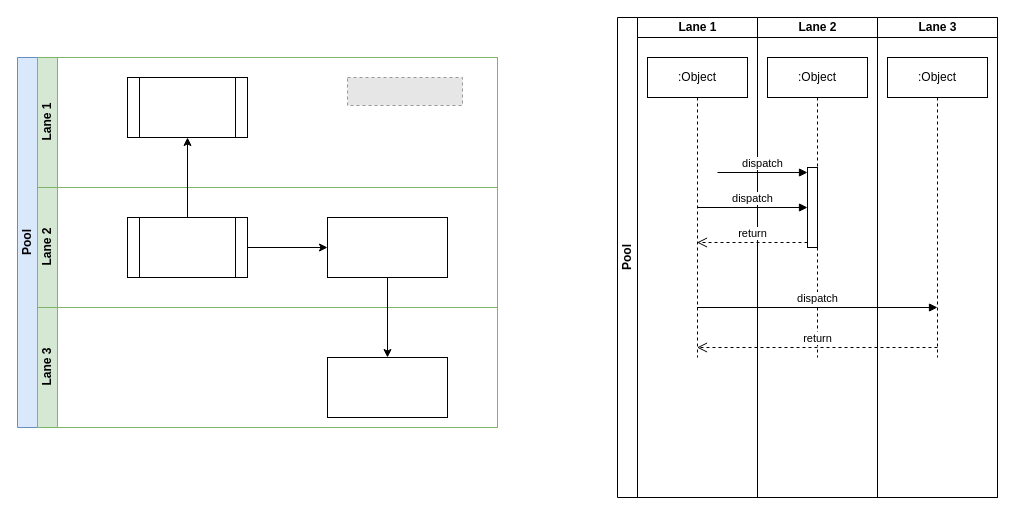
The draw.io diagram page "BPMN" (2 of 2) of sources/Training_Expand-Collapse_Examples.drawio in griemide/Diagram, before the edit. Source tidied: cells renumbered, new cells numbered last; positions are measured from the earlier drawing's top-left corner, leaving out a move shared by most shapes. Both pictures are drawn from the tidied source at 100%, with x=0, y=0 at pixel (17, 17). Pictures stored in the file or linked from it are replaced by grey dashed boxes.
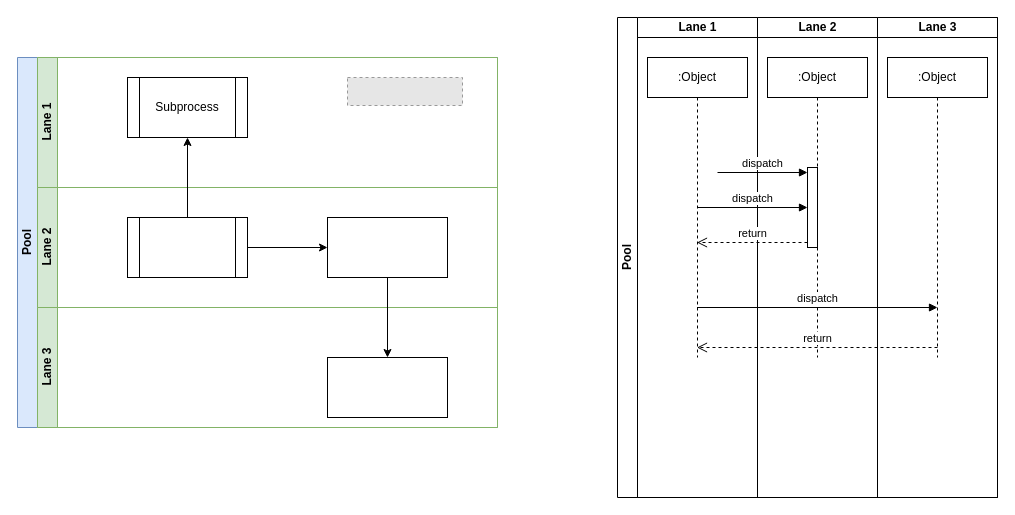
The same page after the edit.

The change refers to these unchanged cells:
```xml
<mxCell id="3" value="Lane 1" style="swimlane;html=1;startSize=20;horizontal=0;fillColor=#d5e8d4;strokeColor=#82b366;" parent="2" vertex="1">
  <mxGeometry x="20" width="460" height="130" as="geometry" />
</mxCell>
```

Diff of the diagram source:
```diff
@@
-    <mxCell id="4" style="shape=process;whiteSpace=wrap;html=1;backgroundOutline=1;" parent="3" vertex="1">
+    <mxCell id="4" value="Subprocess" style="shape=process;whiteSpace=wrap;html=1;backgroundOutline=1;" parent="3" vertex="1">
       <mxGeometry x="90" y="20" width="120" height="60" as="geometry" />
     </mxCell>
```
